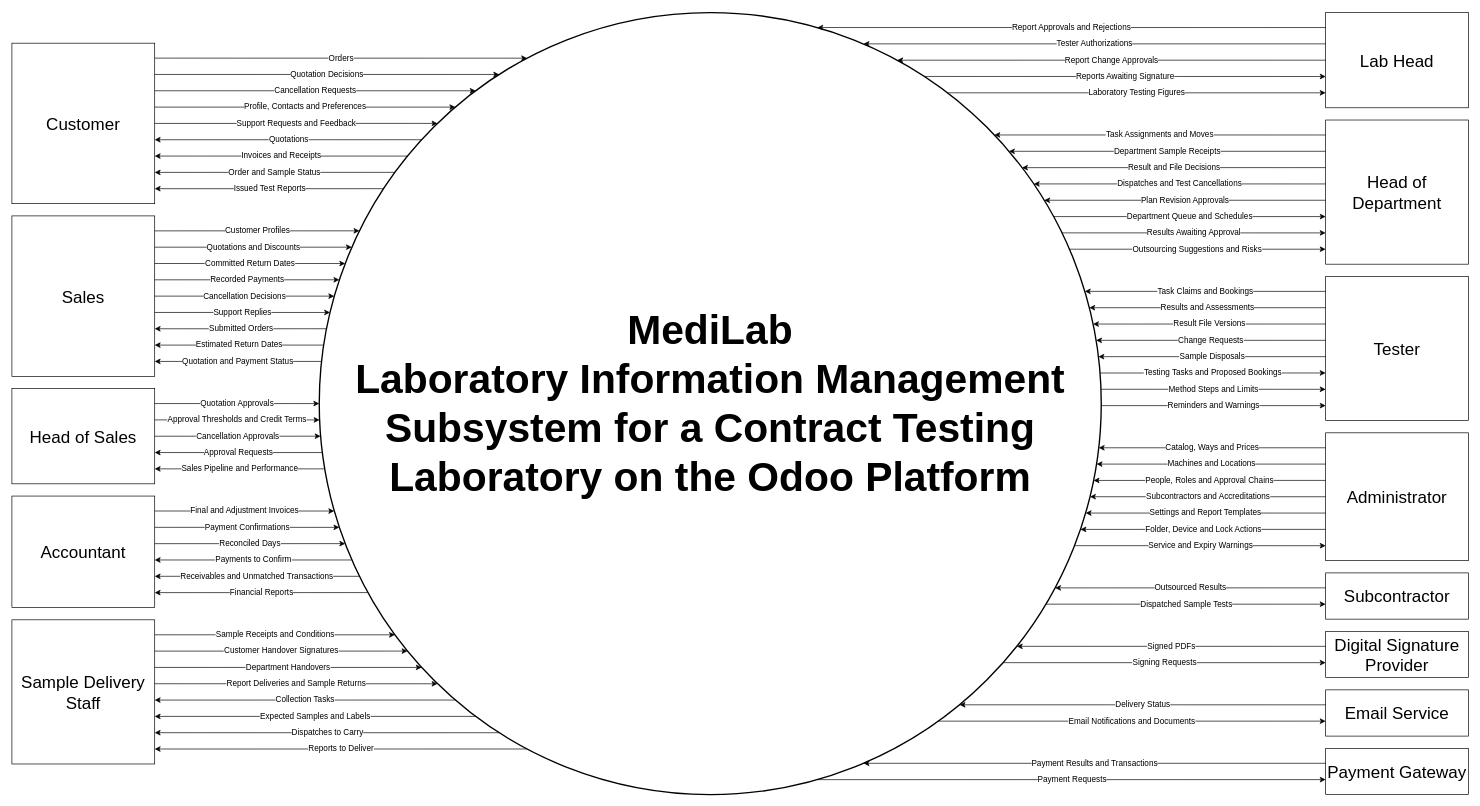
The draw.io diagram docs/reports/review-2/context-diagram.drawio in SoltuneMontepre/medilab, before the edit. Source tidied: cells renumbered, new cells numbered last; positions are measured from the earlier drawing's top-left corner, leaving out a move shared by most shapes. Both pictures are drawn from the tidied source at 68%, with x=0, y=0 at pixel (12, 12).
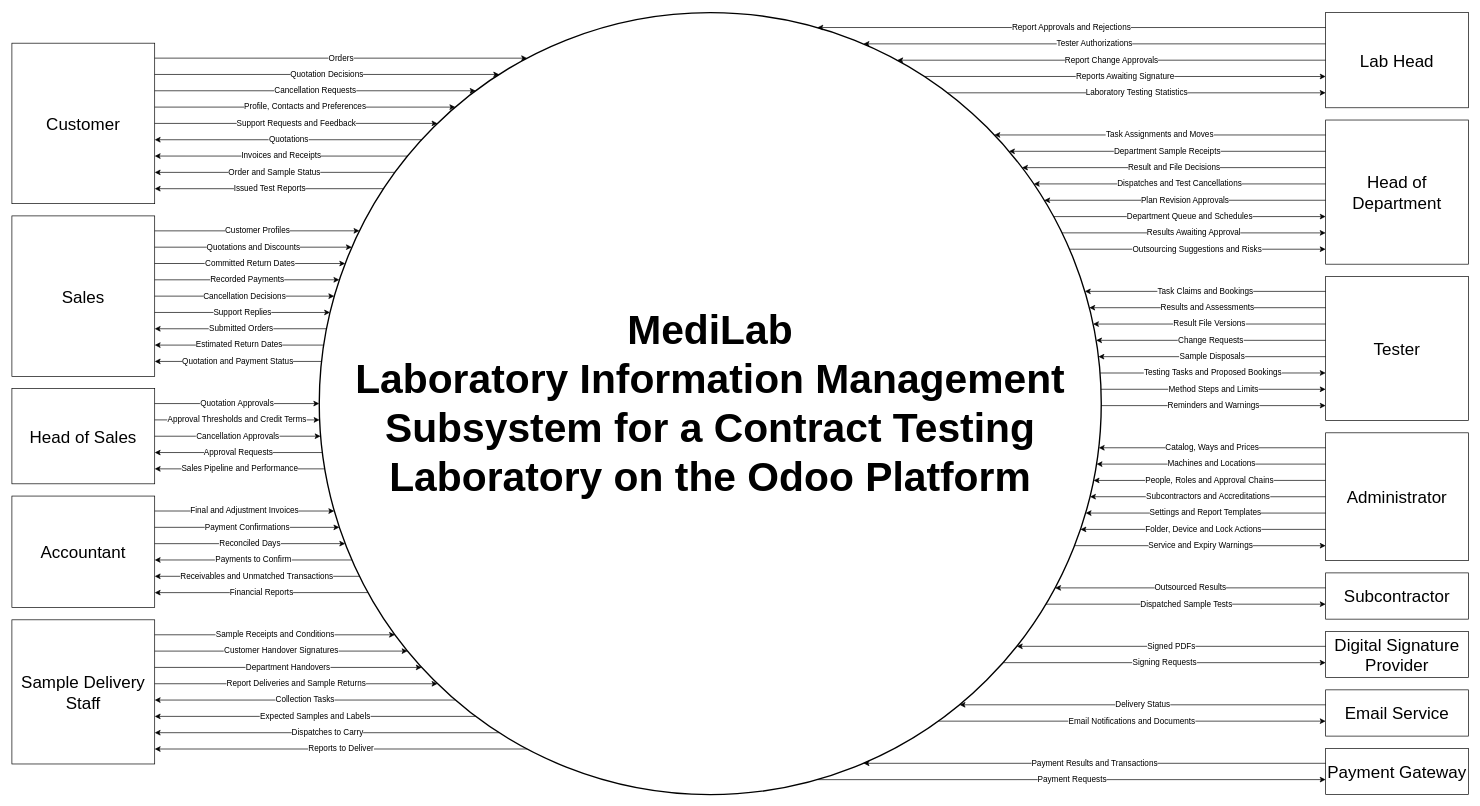
The same page after the edit.

Commit message (it also covers changes not shown here):
[docs] Use statistics and the Head of Sales credit rule in the Review 2 diagrams

Unchanged cells that the change refers to:
```xml
<mxCell id="2" value="MediLab&lt;br&gt;Laboratory Information Management Subsystem for a Contract Testing Laboratory on the Odoo Platform" style="ellipse;whiteSpace=wrap;html=1;fillColor=none;strokeColor=#000000;strokeWidth=2;fontSize=60;fontStyle=1;" parent="1" vertex="1">
  <mxGeometry x="452" width="1150" height="1150" as="geometry" />
</mxCell>
<mxCell id="45" value="Lab Head" style="rounded=0;whiteSpace=wrap;html=1;fontStyle=0;fontSize=25;fillColor=#ffffff;strokeColor=#000000;" parent="1" vertex="1">
  <mxGeometry x="1932" width="210" height="140" as="geometry" />
</mxCell>
```

The edit, as a diff of the source:
```diff
@@
-    <mxCell id="50" value="Laboratory Testing Figures" style="html=1;endArrow=classic;endFill=1;labelBackgroundColor=#ffffff;fontSize=12;exitX=0.8034;exitY=0.1026;exitDx=0;exitDy=0;exitPerimeter=0;entryX=0;entryY=0.8429;entryDx=0;entryDy=0;entryPerimeter=0;" parent="1" edge="1" source="2" target="45">
+    <mxCell id="50" value="Laboratory Testing Statistics" style="html=1;endArrow=classic;endFill=1;labelBackgroundColor=#ffffff;fontSize=12;exitX=0.8034;exitY=0.1026;exitDx=0;exitDy=0;exitPerimeter=0;entryX=0;entryY=0.8429;entryDx=0;entryDy=0;entryPerimeter=0;" parent="1" edge="1" source="2" target="45">
       <mxGeometry relative="1" as="geometry" />
     </mxCell>
```
